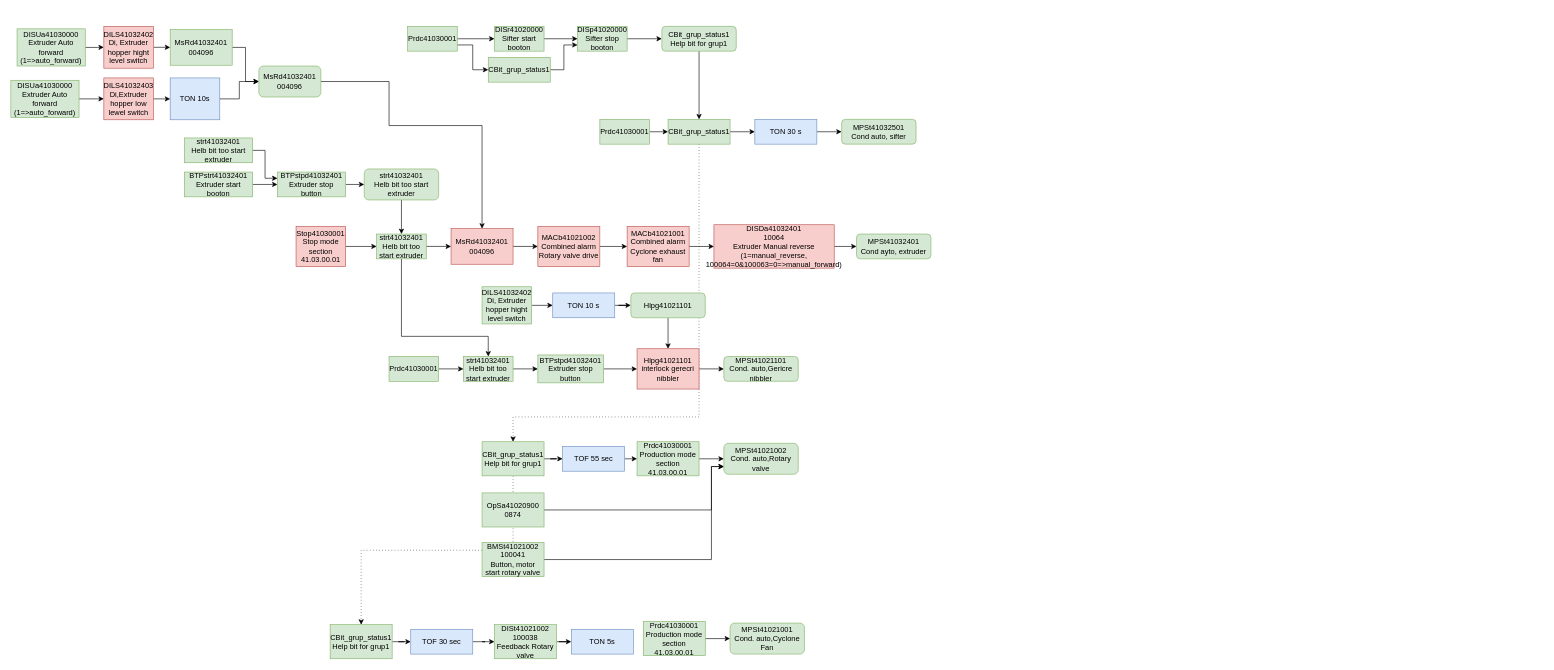
Before: page "Страница 1" (1 of 2) of Лазерные датчики MMs.drawio in Johnystu/draw_io, a draw.io diagram. Source tidied: cells renumbered, new cells numbered last; positions are measured from the earlier drawing's top-left corner, leaving out a move shared by most shapes. Both pictures are drawn from the tidied source at 62%, with x=0, y=0 at pixel (11, 26).
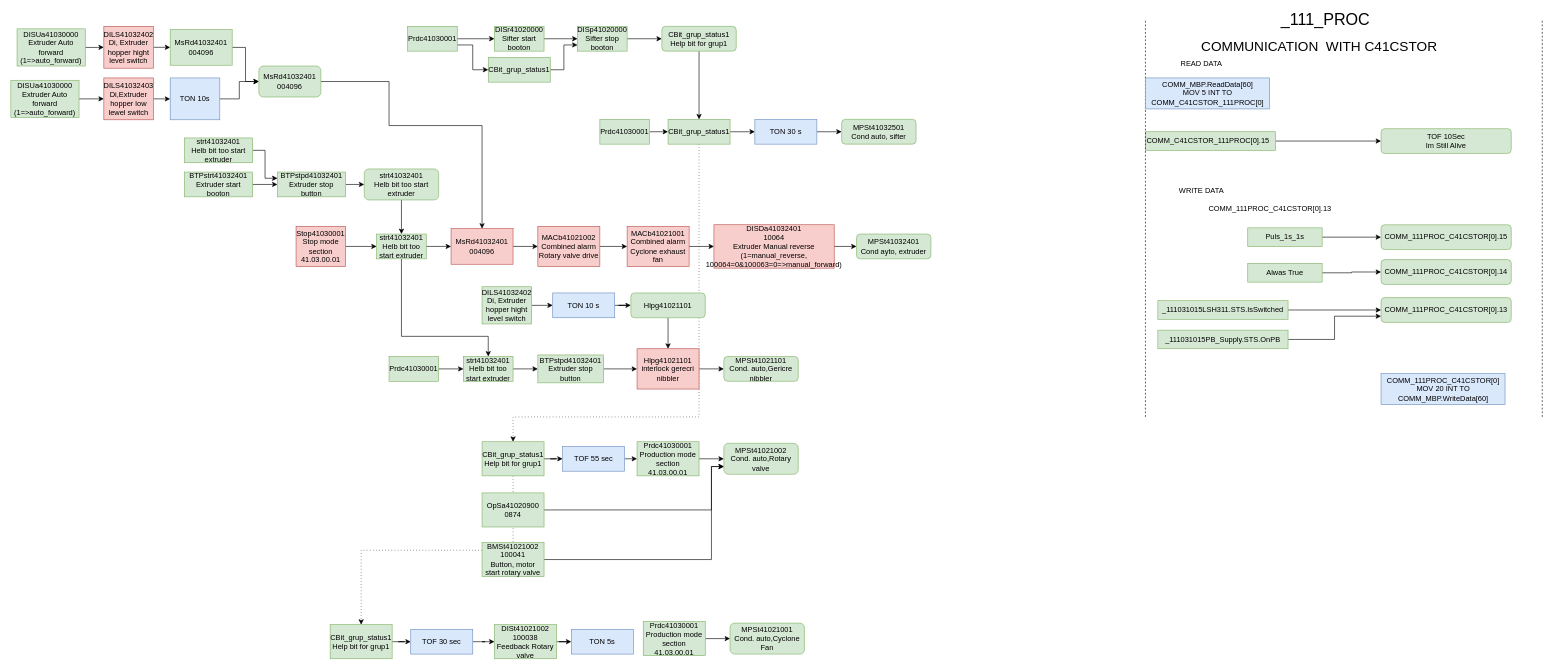
The same diagram, later.

Change to the diagram source:
```diff
@@
+    <mxCell id="95" value="&lt;font style=&quot;font-size: 26px&quot;&gt;_111_PROC&lt;/font&gt;" style="text;html=1;align=center;verticalAlign=middle;" parent="1" vertex="1">
+      <mxGeometry x="2040" y="-20" width="160" height="20" as="geometry" />
+    </mxCell>
+    <mxCell id="96" style="edgeStyle=orthogonalEdgeStyle;rounded=0;jettySize=auto;html=1;exitX=1;exitY=0.5;exitDx=0;exitDy=0;entryX=0;entryY=0.5;entryDx=0;entryDy=0;" parent="1" edge="1" source="97" target="114">
+      <mxGeometry relative="1" as="geometry" />
+    </mxCell>
+    <mxCell id="97" value="COMM_C41CSTOR_111PROC[0].15" style="text;html=1;fillColor=#d5e8d4;strokeColor=#82b366;" parent="1" vertex="1">
+      <mxGeometry x="1830" y="170" width="210" height="30" as="geometry" />
+    </mxCell>
+    <mxCell id="98" style="endArrow=none;dashed=1;html=1;" parent="1" edge="1">
+      <mxGeometry relative="1" as="geometry">
+        <mxPoint x="1830" y="630" as="sourcePoint" />
+        <mxPoint x="1830" y="-10" as="targetPoint" />
+      </mxGeometry>
+    </mxCell>
+    <mxCell id="99" style="endArrow=none;dashed=1;html=1;" parent="1" edge="1">
+      <mxGeometry relative="1" as="geometry">
+        <mxPoint x="2470" y="630" as="sourcePoint" />
+        <mxPoint x="2470" y="-10" as="targetPoint" />
+      </mxGeometry>
+    </mxCell>
+    <mxCell id="100" value="COMM_111PROC_C41CSTOR[0].13" style="text;html=1;" parent="1" vertex="1">
+      <mxGeometry x="1930" y="280" width="220" height="30" as="geometry" />
+    </mxCell>
+    <mxCell id="101" style="edgeStyle=orthogonalEdgeStyle;rounded=0;jettySize=auto;html=1;exitX=1;exitY=0.5;exitDx=0;exitDy=0;entryX=0;entryY=0.5;entryDx=0;entryDy=0;" parent="1" edge="1" source="102" target="105">
+      <mxGeometry relative="1" as="geometry" />
+    </mxCell>
+    <mxCell id="102" value="Puls_1s_1s" style="rounded=0;whiteSpace=wrap;html=1;fillColor=#d5e8d4;strokeColor=#82b366;" parent="1" vertex="1">
+      <mxGeometry x="1995" y="325" width="120" height="30" as="geometry" />
+    </mxCell>
+    <mxCell id="103" value="COMM_111PROC_C41CSTOR[0].13" style="rounded=1;whiteSpace=wrap;html=1;fillColor=#d5e8d4;strokeColor=#82b366;" parent="1" vertex="1">
+      <mxGeometry x="2210" y="437.5" width="210" height="40" as="geometry" />
+    </mxCell>
+    <mxCell id="104" value="COMM_111PROC_C41CSTOR[0].14" style="rounded=1;whiteSpace=wrap;html=1;fillColor=#d5e8d4;strokeColor=#82b366;" parent="1" vertex="1">
+      <mxGeometry x="2210" y="376.2" width="210" height="40" as="geometry" />
+    </mxCell>
+    <mxCell id="105" value="COMM_111PROC_C41CSTOR[0].15" style="rounded=1;whiteSpace=wrap;html=1;fillColor=#d5e8d4;strokeColor=#82b366;" parent="1" vertex="1">
+      <mxGeometry x="2210" y="320" width="210" height="40" as="geometry" />
+    </mxCell>
+    <mxCell id="106" style="edgeStyle=orthogonalEdgeStyle;rounded=0;jettySize=auto;html=1;exitX=1;exitY=0.5;exitDx=0;exitDy=0;entryX=0;entryY=0.5;entryDx=0;entryDy=0;" parent="1" edge="1" source="107" target="104">
+      <mxGeometry relative="1" as="geometry" />
+    </mxCell>
+    <mxCell id="107" value="Alwas True" style="rounded=0;whiteSpace=wrap;html=1;fillColor=#d5e8d4;strokeColor=#82b366;" parent="1" vertex="1">
+      <mxGeometry x="1995" y="382.5" width="120" height="30" as="geometry" />
+    </mxCell>
+    <mxCell id="108" style="edgeStyle=orthogonalEdgeStyle;rounded=0;jettySize=auto;html=1;exitX=1;exitY=0.5;exitDx=0;exitDy=0;entryX=0;entryY=0.5;entryDx=0;entryDy=0;" parent="1" edge="1" source="109" target="103">
+      <mxGeometry relative="1" as="geometry" />
+    </mxCell>
+    <mxCell id="109" value="_111031015LSH311.STS.IsSwitched" style="rounded=0;whiteSpace=wrap;html=1;fillColor=#d5e8d4;strokeColor=#82b366;" parent="1" vertex="1">
+      <mxGeometry x="1850" y="442.5" width="210" height="30" as="geometry" />
+    </mxCell>
+    <mxCell id="110" style="edgeStyle=orthogonalEdgeStyle;rounded=0;jettySize=auto;html=1;exitX=1;exitY=0.5;exitDx=0;exitDy=0;entryX=0;entryY=0.75;entryDx=0;entryDy=0;" parent="1" edge="1" source="111" target="103">
+      <mxGeometry relative="1" as="geometry" />
+    </mxCell>
+    <mxCell id="111" value="_111031015PB_Supply.STS.OnPB" style="rounded=0;whiteSpace=wrap;html=1;fillColor=#d5e8d4;strokeColor=#82b366;" parent="1" vertex="1">
+      <mxGeometry x="1850" y="490" width="210" height="30" as="geometry" />
+    </mxCell>
+    <mxCell id="112" value="READ DATA" style="text;html=1;align=center;verticalAlign=middle;" parent="1" vertex="1">
+      <mxGeometry x="1880" y="50" width="80" height="20" as="geometry" />
+    </mxCell>
+    <mxCell id="113" value="&lt;div&gt;COMM_MBP.ReadData[60]&lt;/div&gt;&lt;div&gt;MOV 5 INT TO&lt;/div&gt;&lt;div&gt;COMM_C41CSTOR_111PROC[0]&lt;br&gt;&lt;/div&gt;" style="text;html=1;align=center;verticalAlign=middle;fillColor=#dae8fc;strokeColor=#6c8ebf;" parent="1" vertex="1">
+      <mxGeometry x="1830" y="83.2" width="200" height="50" as="geometry" />
+    </mxCell>
+    <mxCell id="114" value="&lt;div&gt;TOF 10Sec&lt;/div&gt;&lt;div&gt;Im Still Alive&lt;br&gt;&lt;/div&gt;" style="rounded=1;whiteSpace=wrap;html=1;fillColor=#d5e8d4;strokeColor=#82b366;" parent="1" vertex="1">
+      <mxGeometry x="2210" y="165" width="210" height="40" as="geometry" />
+    </mxCell>
+    <mxCell id="115" value="WRITE DATA" style="text;html=1;align=center;verticalAlign=middle;" parent="1" vertex="1">
+      <mxGeometry x="1880" y="255" width="80" height="20" as="geometry" />
+    </mxCell>
+    <mxCell id="116" value="&lt;div&gt;COMM_111PROC_C41CSTOR[0]&lt;/div&gt;&lt;div&gt;MOV 20 INT TO&lt;/div&gt;&lt;div&gt;COMM_MBP.WriteData[60]&lt;br&gt;&lt;/div&gt;" style="text;html=1;align=center;verticalAlign=middle;fillColor=#dae8fc;strokeColor=#6c8ebf;" parent="1" vertex="1">
+      <mxGeometry x="2210" y="560" width="200" height="50" as="geometry" />
+    </mxCell>
+    <mxCell id="117" value="&lt;font style=&quot;font-size: 22px&quot;&gt;COMMUNICATION&amp;nbsp; WITH C41CSTOR&lt;/font&gt;" style="text;html=1;align=center;verticalAlign=middle;" parent="1" vertex="1">
+      <mxGeometry x="1910" y="24" width="400" height="20" as="geometry" />
+    </mxCell>
```
